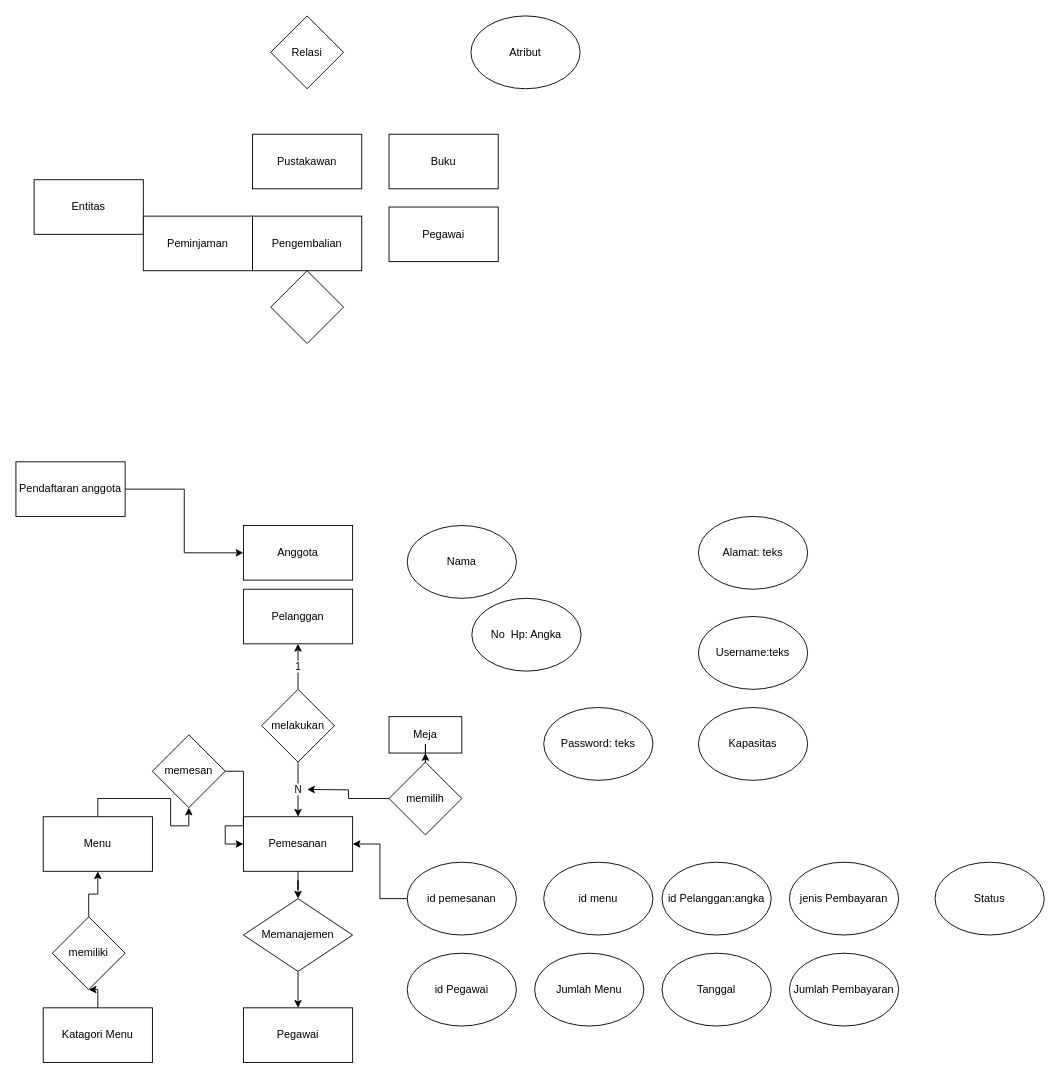
Above: Latihan ERD.drawio in Ichikyube/Latihan-ERD (draw.io), before the change. Source tidied: cells renumbered, new cells numbered last; positions are measured from the earlier drawing's top-left corner, leaving out a move shared by most shapes. Both pictures are drawn from the tidied source at 91%, with x=0, y=0 at pixel (15, 15).
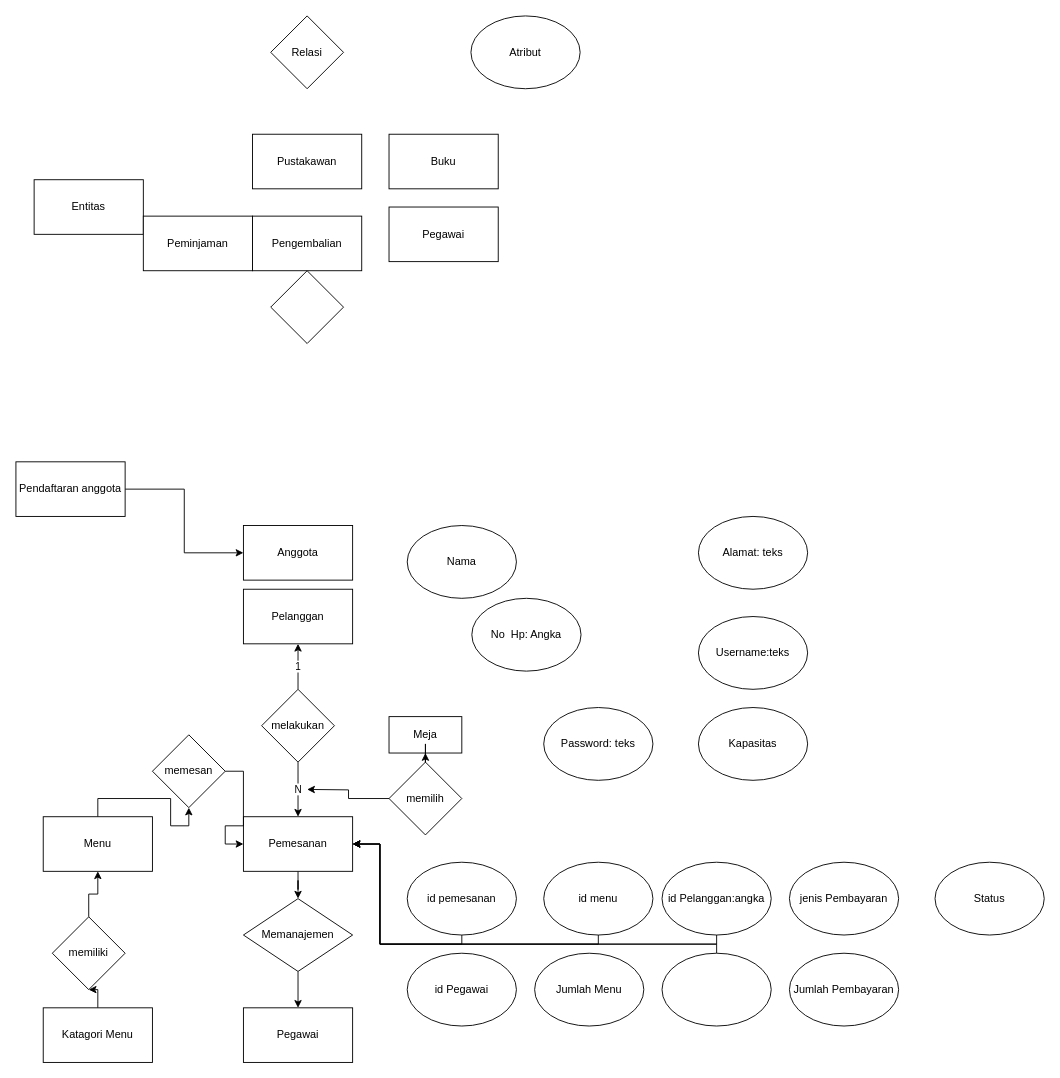
After the change.

Unchanged cells that the change refers to:
```xml
<mxCell id="20" value="Pemesanan" style="rounded=0;whiteSpace=wrap;html=1;" parent="1" vertex="1">
  <mxGeometry x="250" y="880" width="120" height="60" as="geometry" />
</mxCell>
<mxCell id="39" value="id Pelanggan:angka" style="ellipse;whiteSpace=wrap;html=1;" parent="1" vertex="1">
  <mxGeometry x="710" y="930" width="120" height="80" as="geometry" />
</mxCell>
<mxCell id="44" value="id pemesanan" style="ellipse;whiteSpace=wrap;html=1;" parent="1" vertex="1">
  <mxGeometry x="430" y="930" width="120" height="80" as="geometry" />
</mxCell>
<mxCell id="45" value="id menu" style="ellipse;whiteSpace=wrap;html=1;" parent="1" vertex="1">
  <mxGeometry x="580" y="930" width="120" height="80" as="geometry" />
</mxCell>
```

Change to the diagram source:
```diff
@@
+    <mxCell id="52" style="edgeStyle=orthogonalEdgeStyle;rounded=0;jettySize=auto;html=1;" parent="1" edge="1" source="39" target="20">
+      <mxGeometry relative="1" as="geometry">
+        <Array as="points">
+          <mxPoint x="770" y="1020" />
+          <mxPoint x="400" y="1020" />
+          <mxPoint x="400" y="910" />
+        </Array>
+      </mxGeometry>
+    </mxCell>
@@
     <mxCell id="43" style="edgeStyle=orthogonalEdgeStyle;rounded=0;jettySize=auto;html=1;entryX=1;entryY=0.5;entryDx=0;entryDy=0;" parent="1" edge="1" source="44" target="20">
-      <mxGeometry relative="1" as="geometry" />
+      <mxGeometry relative="1" as="geometry">
+        <Array as="points">
+          <mxPoint x="490" y="1020" />
+          <mxPoint x="400" y="1020" />
+          <mxPoint x="400" y="910" />
+        </Array>
+      </mxGeometry>
     </mxCell>
@@
+    <mxCell id="53" style="edgeStyle=orthogonalEdgeStyle;rounded=0;jettySize=auto;html=1;entryX=1;entryY=0.5;entryDx=0;entryDy=0;" parent="1" edge="1" source="45" target="20">
+      <mxGeometry relative="1" as="geometry">
+        <Array as="points">
+          <mxPoint x="640" y="1020" />
+          <mxPoint x="400" y="1020" />
+          <mxPoint x="400" y="910" />
+        </Array>
+      </mxGeometry>
+    </mxCell>
@@
+    <mxCell id="54" style="edgeStyle=orthogonalEdgeStyle;rounded=0;jettySize=auto;html=1;entryX=1;entryY=0.5;entryDx=0;entryDy=0;" parent="1" edge="1" source="50" target="20">
+      <mxGeometry relative="1" as="geometry">
+        <Array as="points">
+          <mxPoint x="770" y="1020" />
+          <mxPoint x="400" y="1020" />
+          <mxPoint x="400" y="910" />
+        </Array>
+      </mxGeometry>
+    </mxCell>
-    <mxCell id="50" value="Tanggal" style="ellipse;whiteSpace=wrap;html=1;" parent="1" vertex="1">
+    <mxCell id="50" value="&amp;nbsp;" style="ellipse;whiteSpace=wrap;html=1;" parent="1" vertex="1">
       <mxGeometry x="710" y="1030" width="120" height="80" as="geometry" />
     </mxCell>
```
